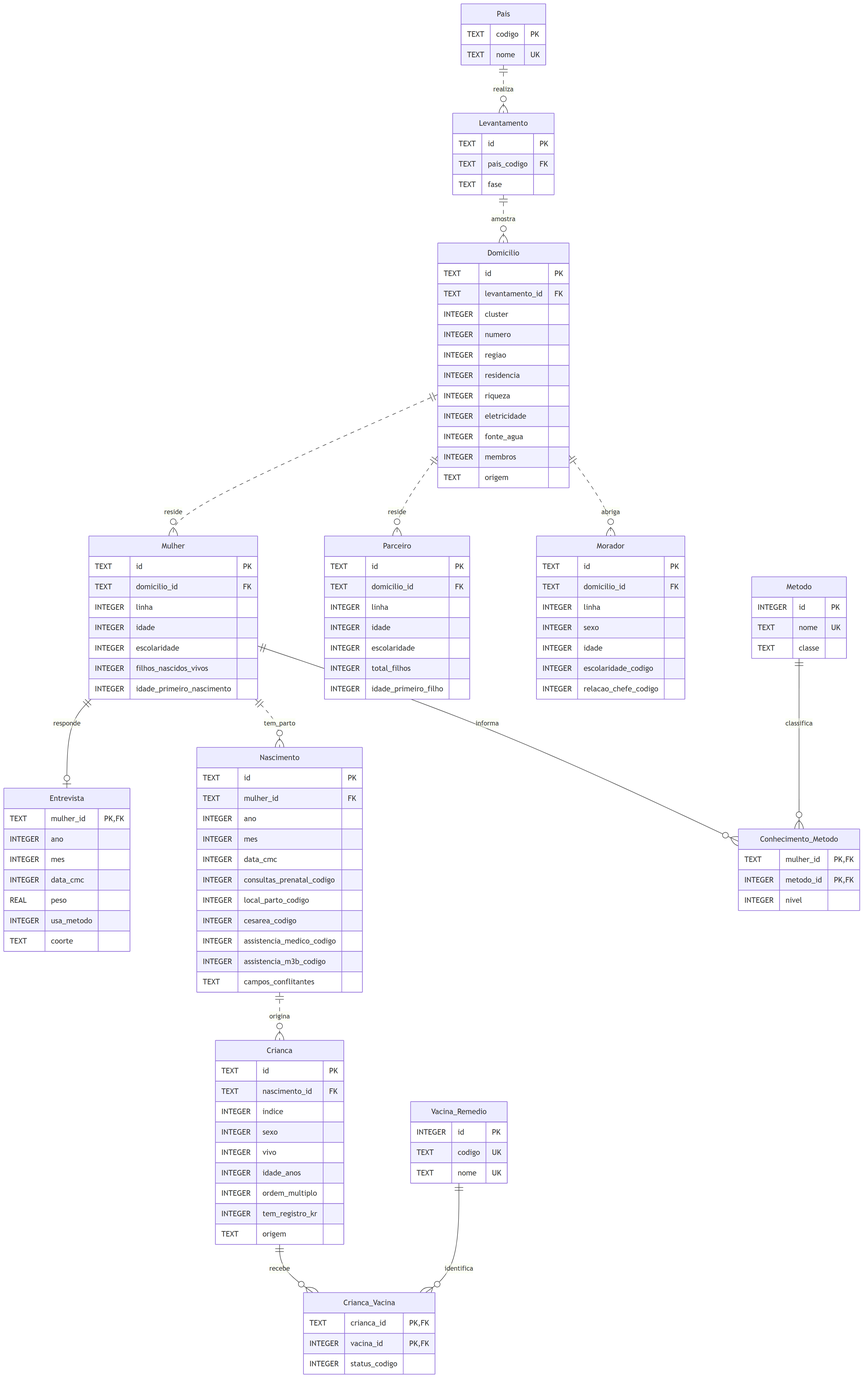
Before: docs/Diagrama Relacional.png, a diagram exported from Mermaid (limag-henrique/subsaharanAfrica-womenData). Its source is kept beside it as docs/Diagrama Relacional.mmd.
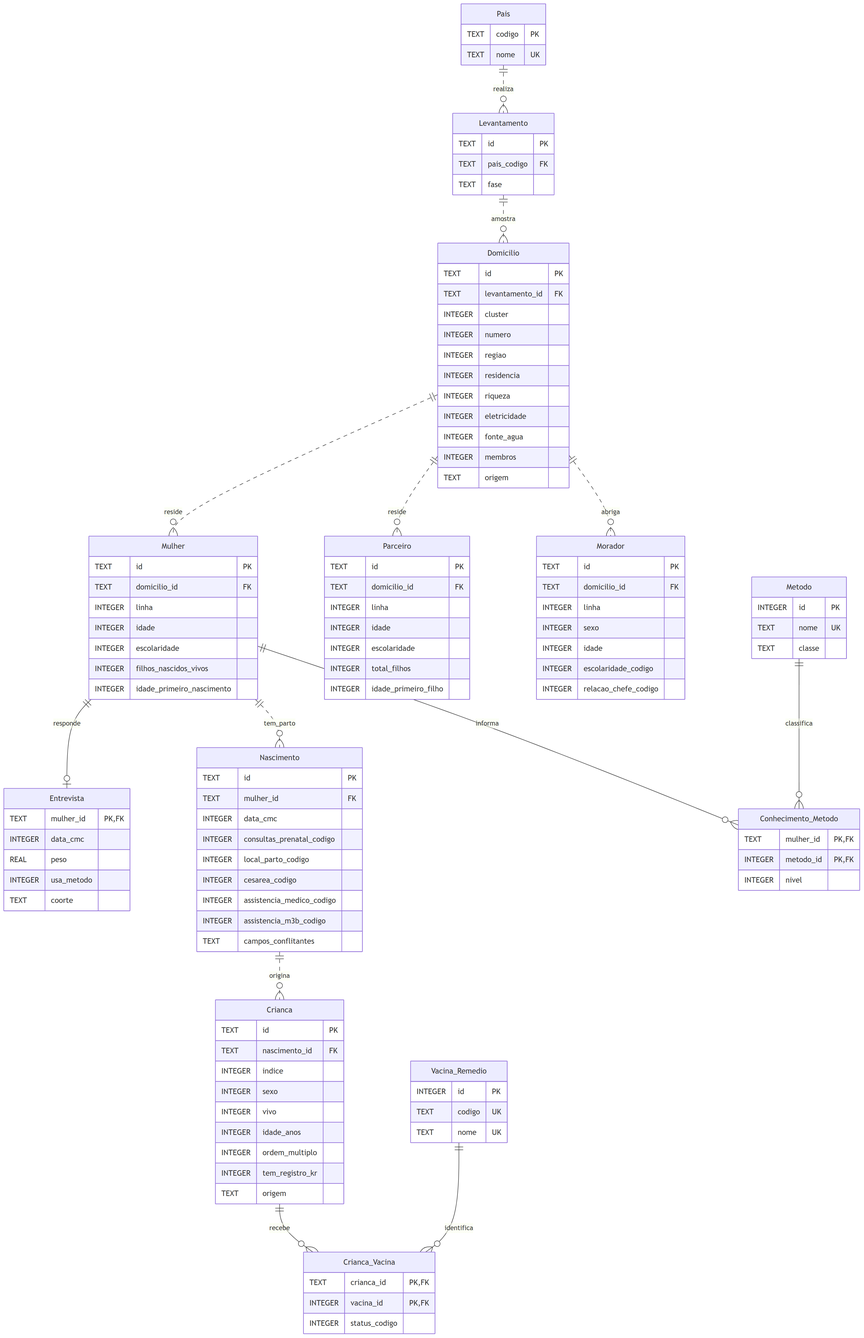
The same file after the commit.

Change to the diagram source:
```diff
@@ -47,8 +47,6 @@
     }
     Entrevista {
         TEXT mulher_id PK,FK
-        INTEGER ano
-        INTEGER mes
         INTEGER data_cmc
         REAL peso
         INTEGER usa_metodo
@@ -57,8 +55,6 @@
     Nascimento {
         TEXT id PK
         TEXT mulher_id FK
-        INTEGER ano
-        INTEGER mes
         INTEGER data_cmc
         INTEGER consultas_prenatal_codigo
         INTEGER local_parto_codigo
```
